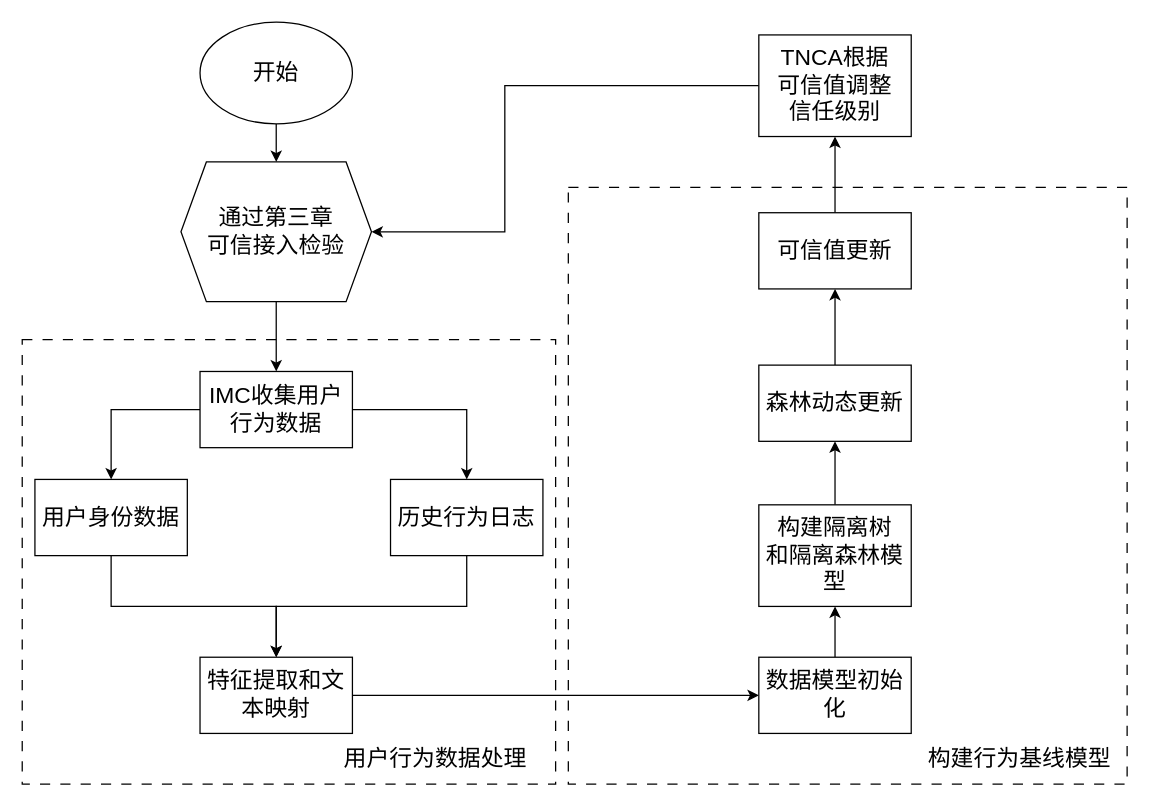
Before: testDirectory/持续接入检验流程.drawio in Moose1273/-, a draw.io diagram. Source tidied: cells renumbered, new cells numbered last; positions are measured from the earlier drawing's top-left corner, leaving out a move shared by most shapes. Both pictures are drawn from the tidied source at 127%, with x=0, y=0 at pixel (22, 22).
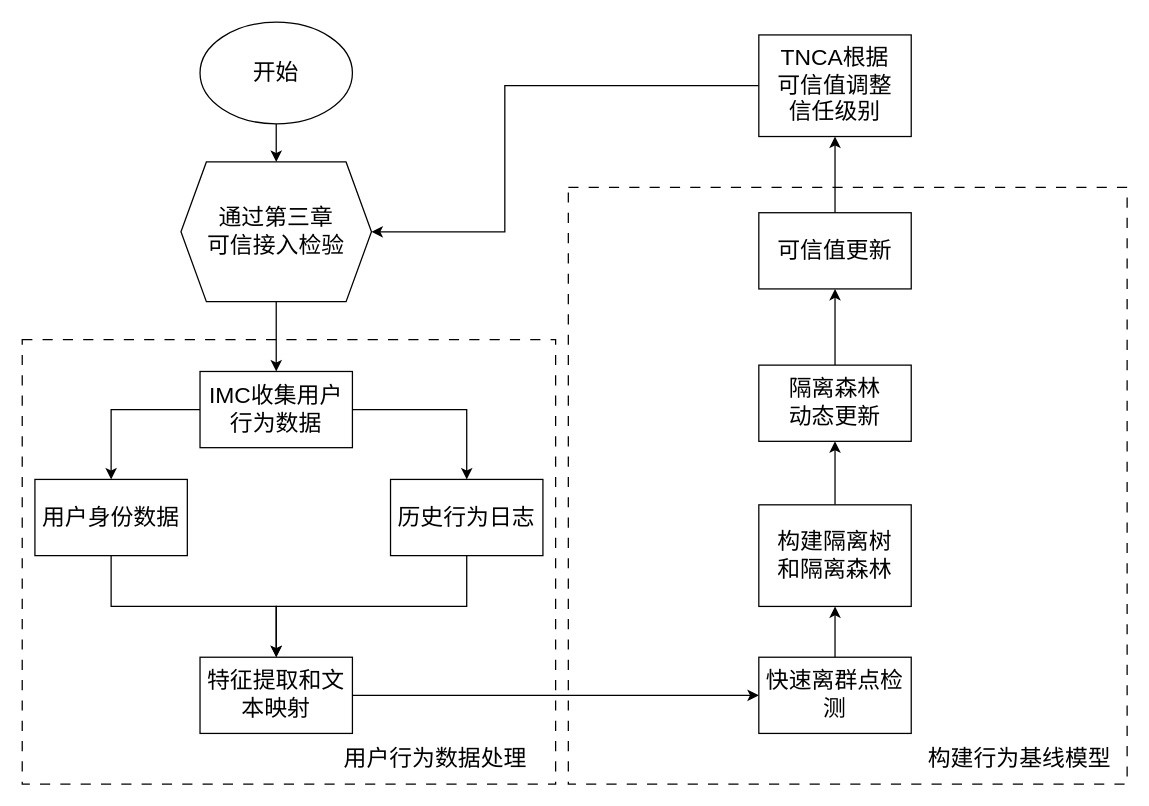
The same diagram, later.

Commit message:
更新持续接入检验流程.drawio

Change to the diagram source:
```diff
@@
-    <mxCell id="18" value="数据模型初始化" style="whiteSpace=wrap;html=1;fontSize=18;" parent="1" vertex="1">
+    <mxCell id="18" value="快速离群点检测" style="whiteSpace=wrap;html=1;fontSize=18;" parent="1" vertex="1">
       <mxGeometry x="580" y="500" width="120" height="60" as="geometry" />
     </mxCell>
@@
-    <mxCell id="20" value="构建隔离树&lt;br style=&quot;font-size: 18px;&quot;&gt;和隔离森林模型" style="whiteSpace=wrap;html=1;fontSize=18;" parent="1" vertex="1">
+    <mxCell id="20" value="构建隔离树&lt;br style=&quot;font-size: 18px;&quot;&gt;和隔离森林" style="whiteSpace=wrap;html=1;fontSize=18;" parent="1" vertex="1">
       <mxGeometry x="580" y="380" width="120" height="80" as="geometry" />
     </mxCell>
@@
-    <mxCell id="22" value="森林动态更新" style="whiteSpace=wrap;html=1;fontSize=18;" parent="1" vertex="1">
+    <mxCell id="22" value="隔离森林&lt;br&gt;动态更新" style="whiteSpace=wrap;html=1;fontSize=18;" parent="1" vertex="1">
       <mxGeometry x="580" y="270" width="120" height="60" as="geometry" />
     </mxCell>
```
